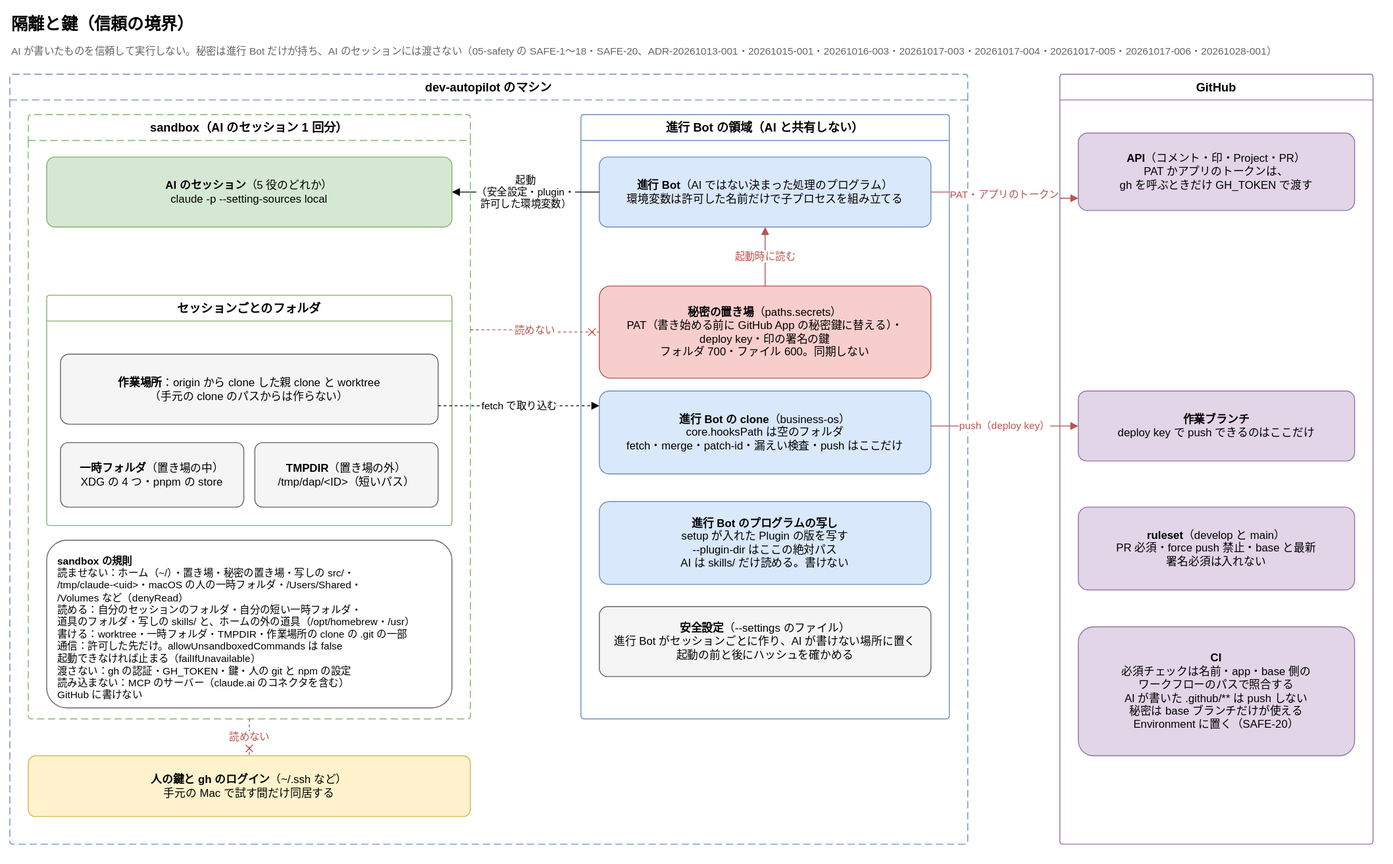
Earlier version of the draw.io export docs/requirements/diagrams/isolation-and-keys.drawio.svg (Joymerrevent/dev-autopilot). Source tidied: cells renumbered, new cells last; positions are measured from the earlier drawing's top-left corner, leaving out a move shared by most shapes.
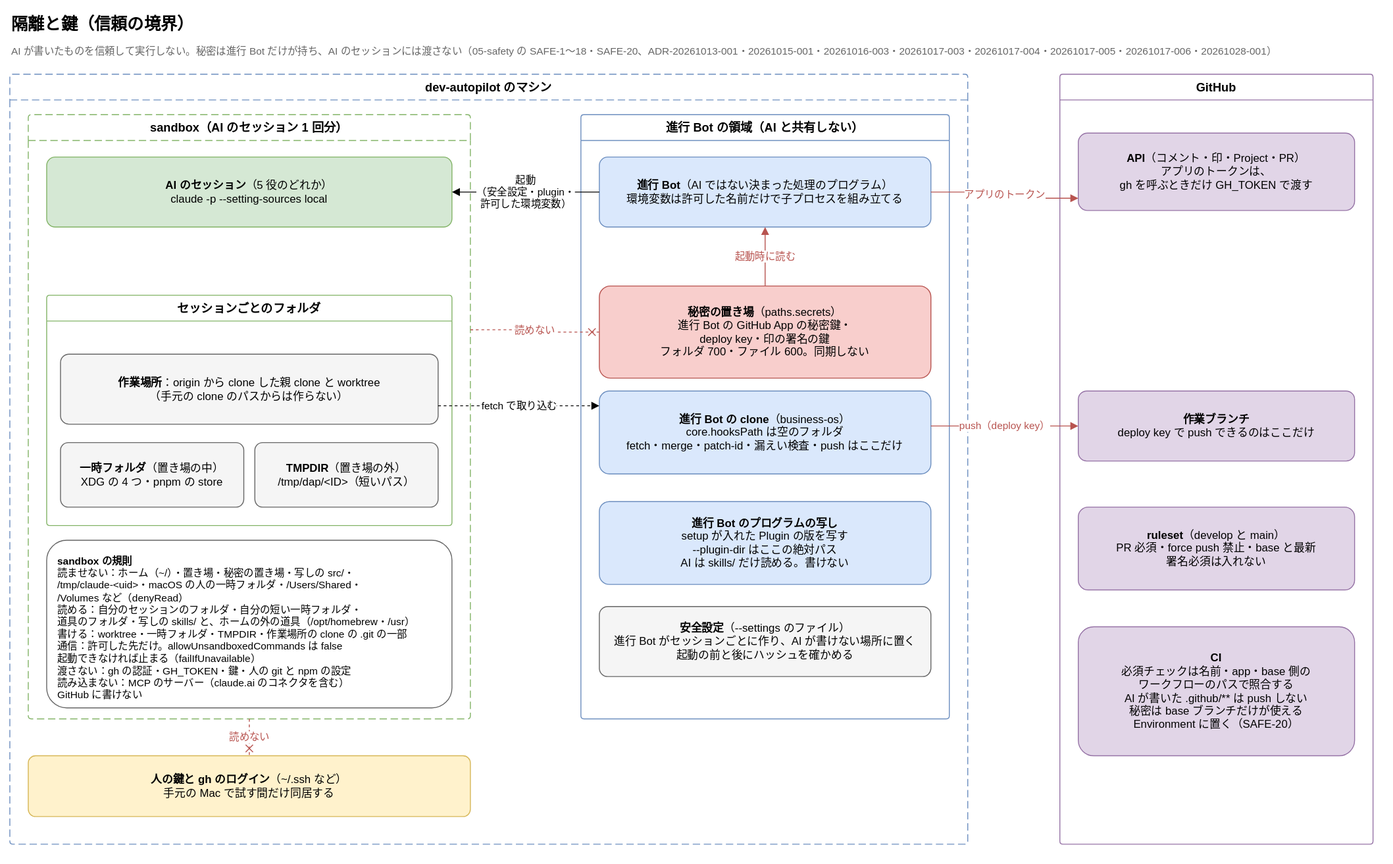
The same diagram one commit later.

Commit message:
docs: 要件の図 3 枚から PAT を外し、秘密の置き場を GitHub App の秘密鍵にする

isolation-and-keys・overview・structure の秘密の置き場と、API へ渡すトークンの文から
PAT を外す（ADR-20261030-002）。

Claude-Session: https://claude.ai/code/session_01LvmXQKtqBk1ABFg8BQJo1c

Change to the diagram source:
```diff
@@ -38,7 +38,7 @@
     <mxCell id="13" value="&lt;b&gt;進行 Bot&lt;/b&gt;（AI ではない決まった処理のプログラム）&lt;br&gt;環境変数は許可した名前だけで子プロセスを組み立てる" style="rounded=1;whiteSpace=wrap;html=1;fontSize=12;arcSize=12;fillColor=#dae8fc;strokeColor=#6c8ebf;spacing=12;" parent="12" vertex="1">
       <mxGeometry x="20" y="46" width="360" height="76" as="geometry" />
     </mxCell>
-    <mxCell id="14" value="&lt;b&gt;秘密の置き場&lt;/b&gt;（paths.secrets）&lt;br&gt;PAT（書き始める前に GitHub App の秘密鍵に替える）・&lt;br&gt;deploy key・印の署名の鍵&lt;br&gt;フォルダ 700・ファイル 600。同期しない" style="rounded=1;whiteSpace=wrap;html=1;fontSize=12;arcSize=12;fillColor=#f8cecc;strokeColor=#b85450;spacing=12;" parent="12" vertex="1">
+    <mxCell id="14" value="&lt;b&gt;秘密の置き場&lt;/b&gt;（paths.secrets）&lt;br&gt;進行 Bot の GitHub App の秘密鍵・&lt;br&gt;deploy key・印の署名の鍵&lt;br&gt;フォルダ 700・ファイル 600。同期しない" style="rounded=1;whiteSpace=wrap;html=1;fontSize=12;arcSize=12;fillColor=#f8cecc;strokeColor=#b85450;spacing=12;" parent="12" vertex="1">
       <mxGeometry x="20" y="186" width="360" height="100" as="geometry" />
     </mxCell>
     <mxCell id="15" value="&lt;b&gt;進行 Bot の clone&lt;/b&gt;（business-os）&lt;br&gt;core.hooksPath は空のフォルダ&lt;br&gt;fetch・merge・patch-id・漏えい検査・push はここだけ" style="rounded=1;whiteSpace=wrap;html=1;fontSize=12;arcSize=12;fillColor=#dae8fc;strokeColor=#6c8ebf;spacing=12;" parent="12" vertex="1">
@@ -56,7 +56,7 @@
     <mxCell id="19" value="GitHub" style="swimlane;startSize=28;html=1;whiteSpace=wrap;rounded=1;arcSize=4;fontStyle=1;fontSize=13;strokeColor=#9673a6;fillColor=none;swimlaneFillColor=none;" parent="1" vertex="1">
       <mxGeometry x="1140" y="70" width="340" height="836" as="geometry" />
     </mxCell>
-    <mxCell id="20" value="&lt;b&gt;API&lt;/b&gt;（コメント・印・Project・PR）&lt;br&gt;PAT かアプリのトークンは、&lt;br&gt;gh を呼ぶときだけ GH_TOKEN で渡す" style="rounded=1;whiteSpace=wrap;html=1;fontSize=12;arcSize=12;fillColor=#e1d5e7;strokeColor=#9673a6;spacing=12;" parent="19" vertex="1">
+    <mxCell id="20" value="&lt;b&gt;API&lt;/b&gt;（コメント・印・Project・PR）&lt;br&gt;アプリのトークンは、&lt;br&gt;gh を呼ぶときだけ GH_TOKEN で渡す" style="rounded=1;whiteSpace=wrap;html=1;fontSize=12;arcSize=12;fillColor=#e1d5e7;strokeColor=#9673a6;spacing=12;" parent="19" vertex="1">
       <mxGeometry x="20" y="64" width="300" height="84" as="geometry" />
     </mxCell>
     <mxCell id="21" value="&lt;b&gt;作業ブランチ&lt;/b&gt;&lt;br&gt;deploy key で push できるのはここだけ" style="rounded=1;whiteSpace=wrap;html=1;fontSize=12;arcSize=12;fillColor=#e1d5e7;strokeColor=#9673a6;spacing=12;" parent="19" vertex="1">
@@ -80,7 +80,7 @@
     <mxCell id="27" value="読めない" style="edgeStyle=orthogonalEdgeStyle;rounded=1;html=1;endArrow=block;endFill=1;fontSize=11;labelBackgroundColor=#ffffff;dashed=1;strokeColor=#b85450;fontColor=#b85450;endArrow=cross;endFill=0;exitX=1;exitY=0.356;exitDx=0;exitDy=0;entryX=0;entryY=0.5;entryDx=0;entryDy=0;" parent="1" edge="1" source="5" target="14">
       <mxGeometry relative="1" as="geometry" />
     </mxCell>
-    <mxCell id="28" value="PAT・アプリのトークン" style="edgeStyle=orthogonalEdgeStyle;rounded=1;html=1;endArrow=block;endFill=1;fontSize=11;labelBackgroundColor=#ffffff;strokeColor=#b85450;fontColor=#b85450;exitX=1;exitY=0.5;exitDx=0;exitDy=0;entryX=0;entryY=0.842;entryDx=0;entryDy=0;" parent="1" edge="1" source="13" target="20">
+    <mxCell id="28" value="アプリのトークン" style="edgeStyle=orthogonalEdgeStyle;rounded=1;html=1;endArrow=block;endFill=1;fontSize=11;labelBackgroundColor=#ffffff;strokeColor=#b85450;fontColor=#b85450;exitX=1;exitY=0.5;exitDx=0;exitDy=0;entryX=0;entryY=0.842;entryDx=0;entryDy=0;" parent="1" edge="1" source="13" target="20">
       <mxGeometry relative="1" as="geometry" />
     </mxCell>
     <mxCell id="29" value="push（deploy key）" style="edgeStyle=orthogonalEdgeStyle;rounded=1;html=1;endArrow=block;endFill=1;fontSize=11;labelBackgroundColor=#ffffff;strokeColor=#b85450;fontColor=#b85450;exitX=1;exitY=0.422;exitDx=0;exitDy=0;entryX=0;entryY=0.5;entryDx=0;entryDy=0;" parent="1" edge="1" source="15" target="21">
```
